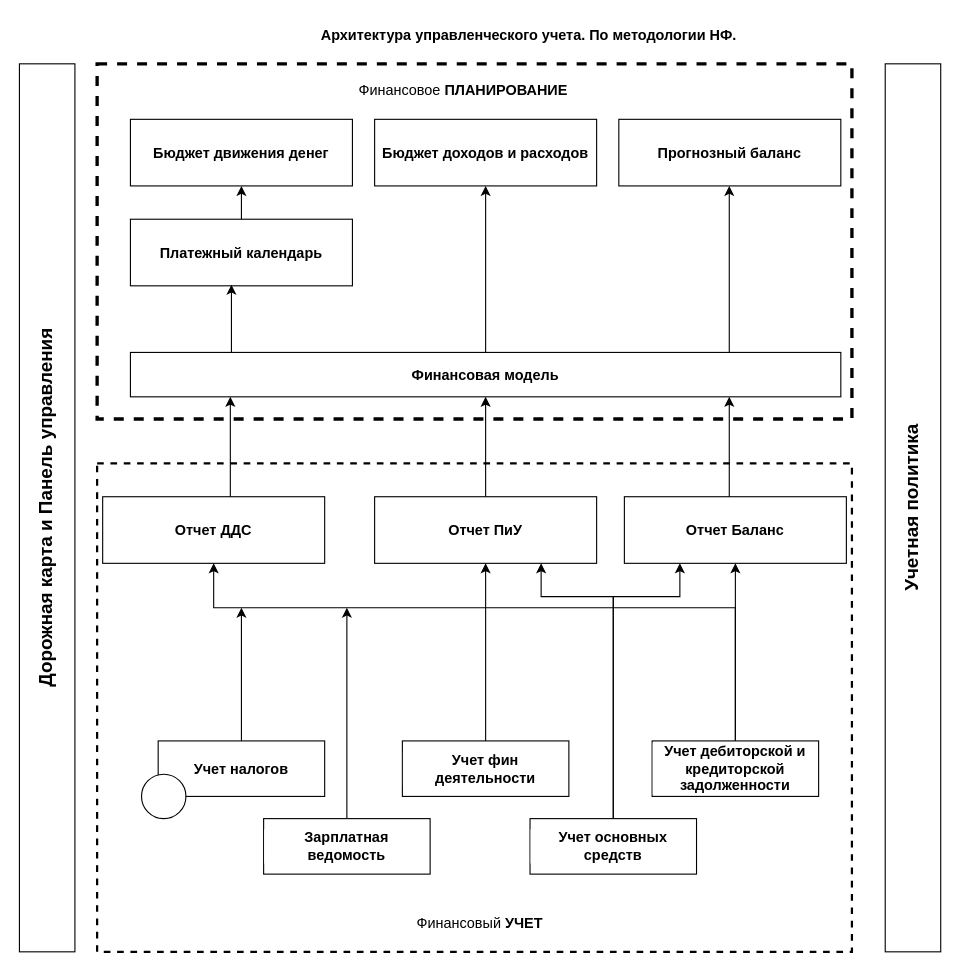
Above: page "Архитектура (0)" (1 of 6) of Диаграмма без названия.drawio in xMusica/AT_MBP (draw.io), before the change. Source tidied: cells renumbered, new cells numbered last; positions are measured from the earlier drawing's top-left corner, leaving out a move shared by most shapes. Both pictures are drawn from the tidied source at 111%, with x=0, y=0 at pixel (19, 19).
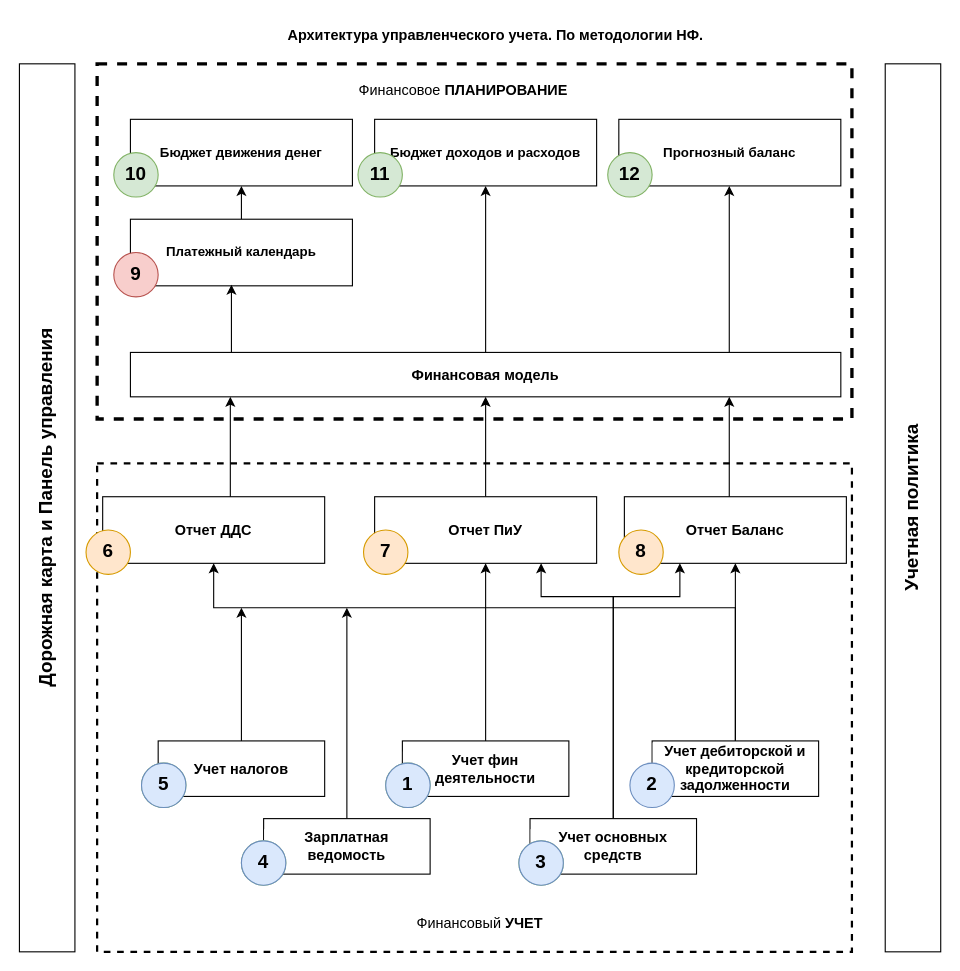
Above is the later version.

Diff of the diagram source:
```diff
@@
     <mxCell id="2" value="&lt;span style=&quot;color: rgb(0, 0, 0); font-family: Helvetica; font-size: 13px; font-style: normal; font-variant-ligatures: normal; font-variant-caps: normal; letter-spacing: normal; orphans: 2; text-align: center; text-indent: 0px; text-transform: none; widows: 2; word-spacing: 0px; -webkit-text-stroke-width: 0px; background-color: rgb(255, 255, 255); text-decoration-thickness: initial; text-decoration-style: initial; text-decoration-color: initial; float: none; display: inline !important;&quot;&gt;Архитектура управленческого учета. По методологии НФ.&lt;/span&gt;" style="text;whiteSpace=wrap;html=1;fontStyle=1;fontSize=13;" parent="1" vertex="1">
-      <mxGeometry x="270" width="380" height="40" as="geometry" />
+      <mxGeometry x="240" width="380" height="40" as="geometry" />
     </mxCell>
-    <mxCell id="3" style="rounded=0;whiteSpace=wrap;html=1;labelBackgroundColor=default;dashed=1;strokeWidth=3;" parent="1" vertex="1">
+    <mxCell id="3" style="rounded=0;whiteSpace=wrap;html=1;labelBackgroundColor=none;dashed=1;strokeWidth=3;" parent="1" vertex="1">
       <mxGeometry x="70" y="40" width="680" height="320" as="geometry" />
     </mxCell>
@@
-    <mxCell id="6" value="Бюджет движения денег" style="rounded=0;whiteSpace=wrap;html=1;labelBackgroundColor=default;strokeWidth=1;fontSize=13;fontStyle=1;" parent="1" vertex="1">
+    <mxCell id="6" value="Бюджет движения денег" style="rounded=0;whiteSpace=wrap;html=1;labelBackgroundColor=default;strokeWidth=1;fontSize=12;fontStyle=1;" parent="1" vertex="1">
       <mxGeometry x="100" y="90" width="200" height="60" as="geometry" />
     </mxCell>
-    <mxCell id="7" value="Бюджет доходов и расходов" style="rounded=0;whiteSpace=wrap;html=1;labelBackgroundColor=default;strokeWidth=1;fontSize=13;fontStyle=1;" parent="1" vertex="1">
+    <mxCell id="7" value="Бюджет доходов и расходов" style="rounded=0;whiteSpace=wrap;html=1;labelBackgroundColor=default;strokeWidth=1;fontSize=12;fontStyle=1;" parent="1" vertex="1">
       <mxGeometry x="320" y="90" width="200" height="60" as="geometry" />
     </mxCell>
-    <mxCell id="8" value="Прогнозный баланс" style="rounded=0;whiteSpace=wrap;html=1;labelBackgroundColor=default;strokeWidth=1;fontSize=13;fontStyle=1;" parent="1" vertex="1">
+    <mxCell id="8" value="Прогнозный баланс" style="rounded=0;whiteSpace=wrap;html=1;labelBackgroundColor=default;strokeWidth=1;fontSize=12;fontStyle=1;" parent="1" vertex="1">
       <mxGeometry x="540" y="90" width="200" height="60" as="geometry" />
     </mxCell>
@@
-    <mxCell id="10" value="Платежный календарь" style="rounded=0;whiteSpace=wrap;html=1;labelBackgroundColor=default;strokeWidth=1;fontSize=13;fontStyle=1;" parent="1" vertex="1">
+    <mxCell id="10" value="Платежный календарь" style="rounded=0;whiteSpace=wrap;html=1;labelBackgroundColor=default;strokeWidth=1;fontSize=12;fontStyle=1;" parent="1" vertex="1">
       <mxGeometry x="100" y="180" width="200" height="60" as="geometry" />
     </mxCell>
@@
-    <mxCell id="36" style="ellipse;whiteSpace=wrap;html=1;labelBackgroundColor=default;strokeWidth=1;fontSize=17;" parent="1" vertex="1">
-      <mxGeometry x="110" y="680" width="40" height="40" as="geometry" />
-    </mxCell>
+    <mxCell id="37" style="ellipse;whiteSpace=wrap;html=1;labelBackgroundColor=default;strokeWidth=1;fontSize=17;fillColor=#d5e8d4;strokeColor=#82b366;" parent="1" vertex="1">
+      <mxGeometry x="450" y="740" width="40" height="40" as="geometry" />
+    </mxCell>
+    <mxCell id="38" style="ellipse;whiteSpace=wrap;html=1;labelBackgroundColor=default;strokeWidth=1;fontSize=17;fillColor=#d5e8d4;strokeColor=#82b366;" parent="1" vertex="1">
+      <mxGeometry x="330" y="670" width="40" height="40" as="geometry" />
+    </mxCell>
+    <mxCell id="39" style="ellipse;whiteSpace=wrap;html=1;labelBackgroundColor=default;strokeWidth=1;fontSize=17;fillColor=#d5e8d4;strokeColor=#82b366;" parent="1" vertex="1">
+      <mxGeometry x="200" y="740" width="40" height="40" as="geometry" />
+    </mxCell>
+    <mxCell id="40" value="2" style="ellipse;whiteSpace=wrap;html=1;labelBackgroundColor=none;strokeWidth=1;fontSize=17;fillColor=#dae8fc;strokeColor=#6c8ebf;fontStyle=1;" parent="1" vertex="1">
+      <mxGeometry x="550" y="670" width="40" height="40" as="geometry" />
+    </mxCell>
+    <mxCell id="41" style="ellipse;whiteSpace=wrap;html=1;labelBackgroundColor=#99FF99;strokeWidth=1;fontSize=17;fillColor=#d5e8d4;strokeColor=#82b366;" parent="1" vertex="1">
+      <mxGeometry x="110" y="670" width="40" height="40" as="geometry" />
+    </mxCell>
+    <mxCell id="42" value="6" style="ellipse;whiteSpace=wrap;html=1;labelBackgroundColor=none;strokeWidth=1;fontSize=17;fillColor=#ffe6cc;strokeColor=#d79b00;fontStyle=1;" parent="1" vertex="1">
+      <mxGeometry x="60" y="460" width="40" height="40" as="geometry" />
+    </mxCell>
+    <mxCell id="43" value="7" style="ellipse;whiteSpace=wrap;html=1;labelBackgroundColor=none;strokeWidth=1;fontSize=17;fillColor=#ffe6cc;strokeColor=#d79b00;fontStyle=1;" parent="1" vertex="1">
+      <mxGeometry x="310" y="460" width="40" height="40" as="geometry" />
+    </mxCell>
+    <mxCell id="44" value="8" style="ellipse;whiteSpace=wrap;html=1;labelBackgroundColor=none;strokeWidth=1;fontSize=17;fillColor=#ffe6cc;strokeColor=#d79b00;fontStyle=1;" parent="1" vertex="1">
+      <mxGeometry x="540" y="460" width="40" height="40" as="geometry" />
+    </mxCell>
+    <mxCell id="45" value="9" style="ellipse;whiteSpace=wrap;html=1;labelBackgroundColor=none;strokeWidth=1;fontSize=17;fillColor=#f8cecc;strokeColor=#b85450;fontStyle=1;" parent="1" vertex="1">
+      <mxGeometry x="85" y="210" width="40" height="40" as="geometry" />
+    </mxCell>
+    <mxCell id="46" value="10" style="ellipse;whiteSpace=wrap;html=1;labelBackgroundColor=none;strokeWidth=1;fontSize=17;fillColor=#d5e8d4;strokeColor=#82b366;fontStyle=1;" parent="1" vertex="1">
+      <mxGeometry x="85" y="120" width="40" height="40" as="geometry" />
+    </mxCell>
+    <mxCell id="47" value="11" style="ellipse;whiteSpace=wrap;html=1;labelBackgroundColor=none;strokeWidth=1;fontSize=17;fillColor=#d5e8d4;strokeColor=#82b366;fontStyle=1;" parent="1" vertex="1">
+      <mxGeometry x="305" y="120" width="40" height="40" as="geometry" />
+    </mxCell>
+    <mxCell id="48" value="12" style="ellipse;whiteSpace=wrap;html=1;labelBackgroundColor=none;strokeWidth=1;fontSize=17;fillColor=#d5e8d4;strokeColor=#82b366;fontStyle=1;" parent="1" vertex="1">
+      <mxGeometry x="530" y="120" width="40" height="40" as="geometry" />
+    </mxCell>
+    <mxCell id="49" value="5" style="ellipse;whiteSpace=wrap;html=1;labelBackgroundColor=none;strokeWidth=1;fontSize=17;fillColor=#dae8fc;strokeColor=#6c8ebf;fontStyle=1;" parent="1" vertex="1">
+      <mxGeometry x="110" y="670" width="40" height="40" as="geometry" />
+    </mxCell>
+    <mxCell id="50" value="4" style="ellipse;whiteSpace=wrap;html=1;labelBackgroundColor=none;strokeWidth=1;fontSize=17;fillColor=#dae8fc;strokeColor=#6c8ebf;fontStyle=1;" parent="1" vertex="1">
+      <mxGeometry x="200" y="740" width="40" height="40" as="geometry" />
+    </mxCell>
+    <mxCell id="51" value="1" style="ellipse;whiteSpace=wrap;html=1;labelBackgroundColor=none;strokeWidth=1;fontSize=17;fillColor=#dae8fc;strokeColor=#6c8ebf;fontStyle=1;" parent="1" vertex="1">
+      <mxGeometry x="330" y="670" width="40" height="40" as="geometry" />
+    </mxCell>
+    <mxCell id="52" value="3" style="ellipse;whiteSpace=wrap;html=1;labelBackgroundColor=none;strokeWidth=1;fontSize=17;fillColor=#dae8fc;strokeColor=#6c8ebf;fontStyle=1;" parent="1" vertex="1">
+      <mxGeometry x="450" y="740" width="40" height="40" as="geometry" />
+    </mxCell>
```
